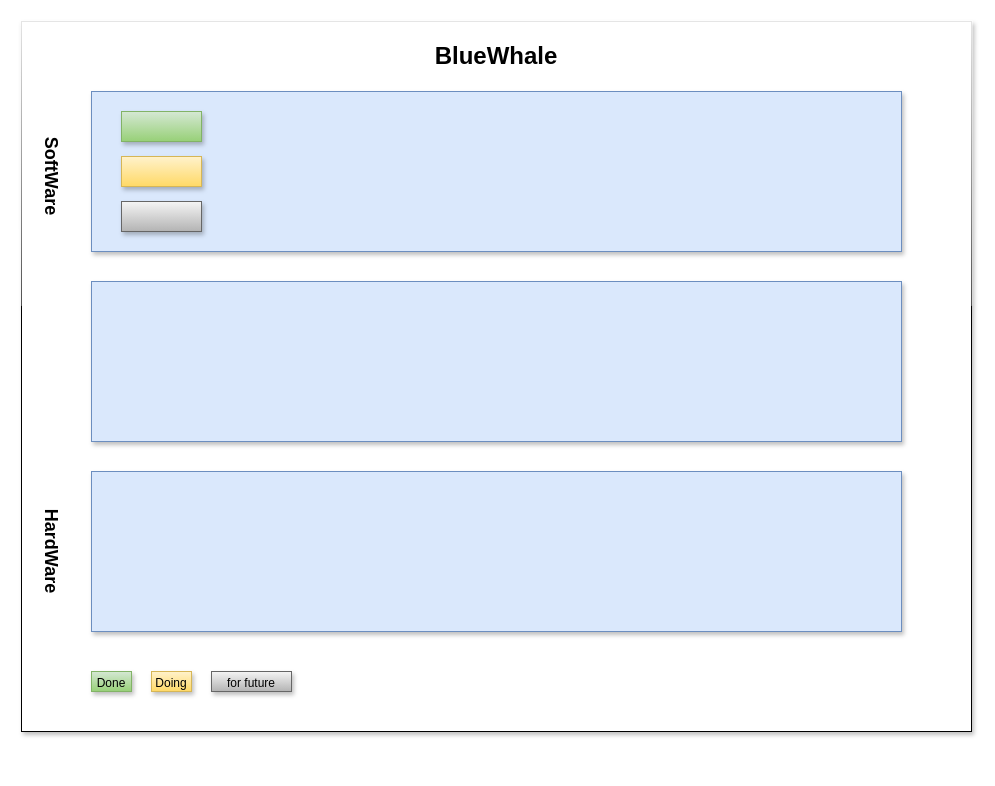
Earlier version of the draw.io diagram 项目架构图.drawio (WindMoon111/hello_world). Source tidied: cells renumbered, new cells numbered last; positions are measured from the earlier drawing's top-left corner, leaving out a move shared by most shapes. Both pictures are drawn from the tidied source at 100%, with x=0, y=0 at pixel (21, 21).
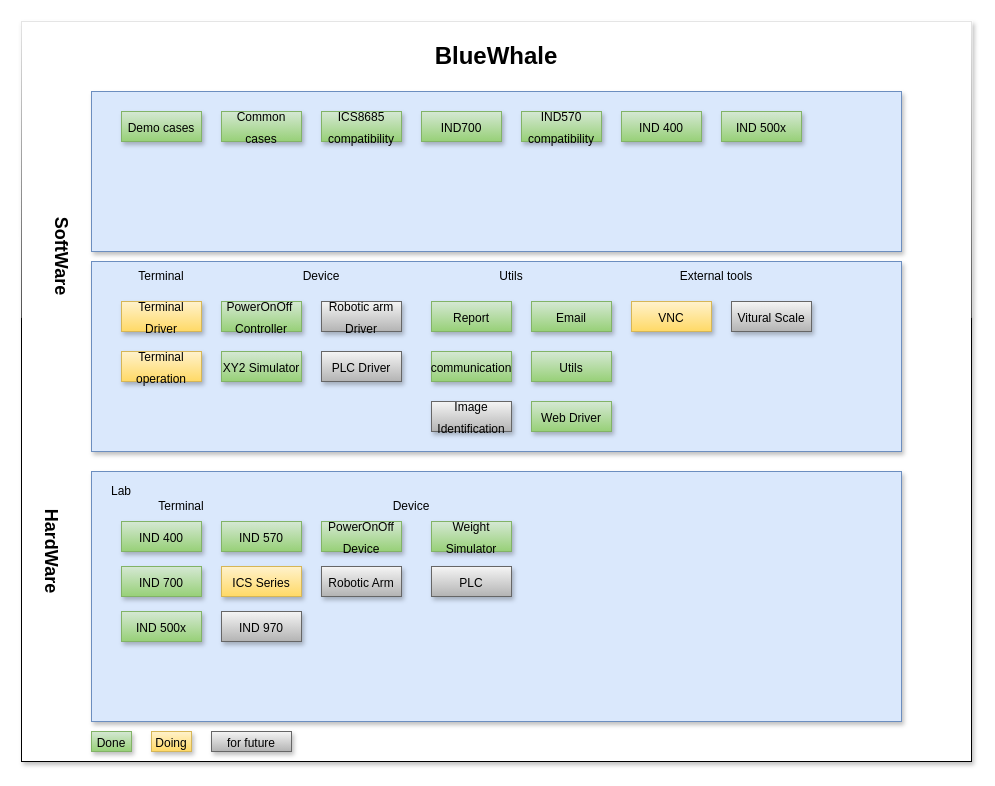
The same page after the edit.

Commit message:
更新项目架构图.drawio

The edit, as a diff of the source:
```diff
@@
     <mxCell id="2" style="rounded=0;whiteSpace=wrap;html=1;shadow=1;sketch=0;glass=1;" parent="1" vertex="1">
-      <mxGeometry width="950" height="710" as="geometry" />
+      <mxGeometry width="950" height="740" as="geometry" />
     </mxCell>
@@
     <mxCell id="4" style="rounded=0;whiteSpace=wrap;html=1;fillColor=#dae8fc;strokeColor=#6c8ebf;shadow=1;" parent="1" vertex="1">
-      <mxGeometry x="70" y="260" width="810" height="160" as="geometry" />
+      <mxGeometry x="70" y="240" width="810" height="190" as="geometry" />
     </mxCell>
     <mxCell id="5" style="rounded=0;whiteSpace=wrap;html=1;fillColor=#dae8fc;strokeColor=#6c8ebf;shadow=1;" parent="1" vertex="1">
-      <mxGeometry x="70" y="450" width="810" height="160" as="geometry" />
+      <mxGeometry x="70" y="450" width="810" height="250" as="geometry" />
     </mxCell>
     <mxCell id="6" value="&lt;b&gt;&lt;font style=&quot;font-size: 18px;&quot;&gt;SoftWare&lt;/font&gt;&lt;/b&gt;" style="text;html=1;strokeColor=none;fillColor=none;align=center;verticalAlign=middle;whiteSpace=wrap;rounded=0;rotation=90;" parent="1" vertex="1">
-      <mxGeometry y="140" width="60" height="30" as="geometry" />
+      <mxGeometry x="10" y="220" width="60" height="30" as="geometry" />
     </mxCell>
@@
-    <mxCell id="8" style="rounded=0;whiteSpace=wrap;html=1;fontSize=18;fillColor=#d5e8d4;strokeColor=#82b366;gradientColor=#97d077;shadow=1;" parent="1" vertex="1">
+    <mxCell id="8" value="&lt;font style=&quot;font-size: 12px;&quot;&gt;Demo cases&lt;/font&gt;" style="rounded=0;whiteSpace=wrap;html=1;fontSize=18;fillColor=#d5e8d4;strokeColor=#82b366;gradientColor=#97d077;shadow=1;" parent="1" vertex="1">
       <mxGeometry x="100" y="90" width="80" height="30" as="geometry" />
     </mxCell>
-    <mxCell id="9" style="rounded=0;whiteSpace=wrap;html=1;fontSize=18;fillColor=#fff2cc;strokeColor=#d6b656;gradientColor=#ffd966;shadow=1;" parent="1" vertex="1">
-      <mxGeometry x="100" y="135" width="80" height="30" as="geometry" />
-    </mxCell>
-    <mxCell id="10" style="rounded=0;whiteSpace=wrap;html=1;fontSize=18;fillColor=#f5f5f5;strokeColor=#666666;gradientColor=#b3b3b3;shadow=1;" parent="1" vertex="1">
-      <mxGeometry x="100" y="180" width="80" height="30" as="geometry" />
-    </mxCell>
@@
+    <mxCell id="15" value="&lt;span style=&quot;font-size: 12px;&quot;&gt;IND 500x&lt;/span&gt;" style="rounded=0;whiteSpace=wrap;html=1;fontSize=18;fillColor=#d5e8d4;strokeColor=#82b366;gradientColor=#97d077;shadow=1;" parent="1" vertex="1">
+      <mxGeometry x="700" y="90" width="80" height="30" as="geometry" />
+    </mxCell>
+    <mxCell id="16" value="&lt;font style=&quot;font-size: 12px;&quot;&gt;IND 400&lt;/font&gt;" style="rounded=0;whiteSpace=wrap;html=1;fontSize=18;fillColor=#d5e8d4;strokeColor=#82b366;gradientColor=#97d077;shadow=1;" parent="1" vertex="1">
+      <mxGeometry x="600" y="90" width="80" height="30" as="geometry" />
+    </mxCell>
+    <mxCell id="17" value="&lt;font style=&quot;font-size: 12px;&quot;&gt;Terminal Driver&lt;/font&gt;" style="rounded=0;whiteSpace=wrap;html=1;fontSize=18;fillColor=#fff2cc;strokeColor=#d6b656;gradientColor=#ffd966;shadow=1;" parent="1" vertex="1">
+      <mxGeometry x="100" y="280" width="80" height="30" as="geometry" />
+    </mxCell>
+    <mxCell id="18" value="&lt;font style=&quot;font-size: 12px;&quot;&gt;Terminal operation&lt;/font&gt;" style="rounded=0;whiteSpace=wrap;html=1;fontSize=18;fillColor=#fff2cc;strokeColor=#d6b656;gradientColor=#ffd966;shadow=1;" parent="1" vertex="1">
+      <mxGeometry x="100" y="330" width="80" height="30" as="geometry" />
+    </mxCell>
+    <mxCell id="19" value="&lt;font style=&quot;font-size: 12px;&quot;&gt;PowerOnOff&amp;nbsp; Controller&lt;/font&gt;" style="rounded=0;whiteSpace=wrap;html=1;fontSize=18;fillColor=#d5e8d4;strokeColor=#82b366;gradientColor=#97d077;shadow=1;" parent="1" vertex="1">
+      <mxGeometry x="200" y="280" width="80" height="30" as="geometry" />
+    </mxCell>
+    <mxCell id="20" value="&lt;font style=&quot;font-size: 12px;&quot;&gt;XY2 Simulator&lt;/font&gt;" style="rounded=0;whiteSpace=wrap;html=1;fontSize=18;fillColor=#d5e8d4;strokeColor=#82b366;gradientColor=#97d077;shadow=1;" parent="1" vertex="1">
+      <mxGeometry x="200" y="330" width="80" height="30" as="geometry" />
+    </mxCell>
+    <mxCell id="21" value="&lt;font style=&quot;font-size: 12px;&quot;&gt;PLC Driver&lt;/font&gt;" style="rounded=0;whiteSpace=wrap;html=1;fontSize=18;fillColor=#f5f5f5;strokeColor=#666666;gradientColor=#b3b3b3;shadow=1;" parent="1" vertex="1">
+      <mxGeometry x="300" y="330" width="80" height="30" as="geometry" />
+    </mxCell>
+    <mxCell id="22" value="&lt;font style=&quot;font-size: 12px;&quot;&gt;Robotic arm Driver&lt;/font&gt;" style="rounded=0;whiteSpace=wrap;html=1;fontSize=18;fillColor=#f5f5f5;strokeColor=#666666;gradientColor=#b3b3b3;shadow=1;" parent="1" vertex="1">
+      <mxGeometry x="300" y="280" width="80" height="30" as="geometry" />
+    </mxCell>
+    <mxCell id="23" value="&lt;font style=&quot;font-size: 12px;&quot;&gt;Report&lt;/font&gt;" style="rounded=0;whiteSpace=wrap;html=1;fontSize=18;fillColor=#d5e8d4;strokeColor=#82b366;gradientColor=#97d077;shadow=1;" parent="1" vertex="1">
+      <mxGeometry x="410" y="280" width="80" height="30" as="geometry" />
+    </mxCell>
+    <mxCell id="24" value="&lt;font style=&quot;font-size: 12px;&quot;&gt;Email&lt;/font&gt;" style="rounded=0;whiteSpace=wrap;html=1;fontSize=18;fillColor=#d5e8d4;strokeColor=#82b366;gradientColor=#97d077;shadow=1;" parent="1" vertex="1">
+      <mxGeometry x="510" y="280" width="80" height="30" as="geometry" />
+    </mxCell>
+    <mxCell id="25" value="&lt;font style=&quot;font-size: 12px;&quot;&gt;communication&lt;/font&gt;" style="rounded=0;whiteSpace=wrap;html=1;fontSize=18;fillColor=#d5e8d4;strokeColor=#82b366;gradientColor=#97d077;shadow=1;" parent="1" vertex="1">
+      <mxGeometry x="410" y="330" width="80" height="30" as="geometry" />
+    </mxCell>
+    <mxCell id="26" value="&lt;font style=&quot;font-size: 12px;&quot;&gt;Utils&lt;/font&gt;" style="rounded=0;whiteSpace=wrap;html=1;fontSize=18;fillColor=#d5e8d4;strokeColor=#82b366;gradientColor=#97d077;shadow=1;" parent="1" vertex="1">
+      <mxGeometry x="510" y="330" width="80" height="30" as="geometry" />
+    </mxCell>
+    <mxCell id="27" value="&lt;font style=&quot;font-size: 12px;&quot;&gt;Image Identification&lt;/font&gt;" style="rounded=0;whiteSpace=wrap;html=1;fontSize=18;fillColor=#f5f5f5;strokeColor=#666666;gradientColor=#b3b3b3;shadow=1;" parent="1" vertex="1">
+      <mxGeometry x="410" y="380" width="80" height="30" as="geometry" />
+    </mxCell>
+    <mxCell id="28" value="&lt;font style=&quot;font-size: 12px;&quot;&gt;Web Driver&lt;/font&gt;" style="rounded=0;whiteSpace=wrap;html=1;fontSize=18;fillColor=#d5e8d4;strokeColor=#82b366;gradientColor=#97d077;shadow=1;" parent="1" vertex="1">
+      <mxGeometry x="510" y="380" width="80" height="30" as="geometry" />
+    </mxCell>
+    <mxCell id="29" value="&lt;font style=&quot;font-size: 12px;&quot;&gt;VNC&lt;/font&gt;" style="rounded=0;whiteSpace=wrap;html=1;fontSize=18;fillColor=#fff2cc;strokeColor=#d6b656;gradientColor=#ffd966;shadow=1;" parent="1" vertex="1">
+      <mxGeometry x="610" y="280" width="80" height="30" as="geometry" />
+    </mxCell>
+    <mxCell id="30" value="&lt;span style=&quot;font-size: 12px;&quot;&gt;Vitural Scale&lt;/span&gt;" style="rounded=0;whiteSpace=wrap;html=1;fontSize=18;fillColor=#f5f5f5;strokeColor=#666666;gradientColor=#b3b3b3;shadow=1;" parent="1" vertex="1">
+      <mxGeometry x="710" y="280" width="80" height="30" as="geometry" />
+    </mxCell>
+    <mxCell id="31" value="Terminal" style="text;html=1;strokeColor=none;fillColor=none;align=center;verticalAlign=middle;whiteSpace=wrap;rounded=0;fontSize=12;" parent="1" vertex="1">
+      <mxGeometry x="110" y="240" width="60" height="30" as="geometry" />
+    </mxCell>
+    <mxCell id="32" value="Device" style="text;html=1;strokeColor=none;fillColor=none;align=center;verticalAlign=middle;whiteSpace=wrap;rounded=0;fontSize=12;" parent="1" vertex="1">
+      <mxGeometry x="270" y="240" width="60" height="30" as="geometry" />
+    </mxCell>
+    <mxCell id="33" value="Utils" style="text;html=1;strokeColor=none;fillColor=none;align=center;verticalAlign=middle;whiteSpace=wrap;rounded=0;fontSize=12;" parent="1" vertex="1">
+      <mxGeometry x="460" y="240" width="60" height="30" as="geometry" />
+    </mxCell>
+    <mxCell id="34" value="External tools" style="text;html=1;strokeColor=none;fillColor=none;align=center;verticalAlign=middle;whiteSpace=wrap;rounded=0;fontSize=12;" parent="1" vertex="1">
+      <mxGeometry x="640" y="240" width="110" height="30" as="geometry" />
+    </mxCell>
+    <mxCell id="35" value="Lab" style="text;html=1;strokeColor=none;fillColor=none;align=center;verticalAlign=middle;whiteSpace=wrap;rounded=0;fontSize=12;" parent="1" vertex="1">
+      <mxGeometry x="70" y="455" width="60" height="30" as="geometry" />
+    </mxCell>
+    <mxCell id="36" value="Terminal" style="text;html=1;strokeColor=none;fillColor=none;align=center;verticalAlign=middle;whiteSpace=wrap;rounded=0;fontSize=12;" parent="1" vertex="1">
+      <mxGeometry x="130" y="470" width="60" height="30" as="geometry" />
+    </mxCell>
+    <mxCell id="37" value="Device" style="text;html=1;strokeColor=none;fillColor=none;align=center;verticalAlign=middle;whiteSpace=wrap;rounded=0;fontSize=12;" parent="1" vertex="1">
+      <mxGeometry x="360" y="470" width="60" height="30" as="geometry" />
+    </mxCell>
+    <mxCell id="38" value="&lt;font style=&quot;font-size: 12px;&quot;&gt;IND 400&lt;/font&gt;" style="rounded=0;whiteSpace=wrap;html=1;fontSize=18;fillColor=#d5e8d4;strokeColor=#82b366;gradientColor=#97d077;shadow=1;" parent="1" vertex="1">
+      <mxGeometry x="100" y="500" width="80" height="30" as="geometry" />
+    </mxCell>
     <mxCell id="12" value="&lt;font style=&quot;font-size: 12px;&quot;&gt;Done&lt;/font&gt;" style="rounded=0;whiteSpace=wrap;html=1;fontSize=18;fillColor=#d5e8d4;strokeColor=#82b366;gradientColor=#97d077;shadow=1;" parent="1" vertex="1">
-      <mxGeometry x="70" y="650" width="40" height="20" as="geometry" />
+      <mxGeometry x="70" y="710" width="40" height="20" as="geometry" />
     </mxCell>
     <mxCell id="13" value="&lt;font style=&quot;font-size: 12px;&quot;&gt;Doing&lt;/font&gt;" style="rounded=0;whiteSpace=wrap;html=1;fontSize=18;fillColor=#fff2cc;strokeColor=#d6b656;gradientColor=#ffd966;shadow=1;" parent="1" vertex="1">
-      <mxGeometry x="130" y="650" width="40" height="20" as="geometry" />
+      <mxGeometry x="130" y="710" width="40" height="20" as="geometry" />
     </mxCell>
     <mxCell id="14" value="&lt;span style=&quot;font-size: 12px;&quot;&gt;for future&lt;/span&gt;" style="rounded=0;whiteSpace=wrap;html=1;fontSize=18;fillColor=#f5f5f5;strokeColor=#666666;gradientColor=#b3b3b3;shadow=1;" parent="1" vertex="1">
-      <mxGeometry x="190" y="650" width="80" height="20" as="geometry" />
+      <mxGeometry x="190" y="710" width="80" height="20" as="geometry" />
     </mxCell>
+    <mxCell id="39" value="&lt;font style=&quot;font-size: 12px;&quot;&gt;IND 500x&lt;/font&gt;" style="rounded=0;whiteSpace=wrap;html=1;fontSize=18;fillColor=#d5e8d4;strokeColor=#82b366;gradientColor=#97d077;shadow=1;" parent="1" vertex="1">
+      <mxGeometry x="100" y="590" width="80" height="30" as="geometry" />
+    </mxCell>
+    <mxCell id="40" value="&lt;font style=&quot;font-size: 12px;&quot;&gt;IND 700&lt;/font&gt;" style="rounded=0;whiteSpace=wrap;html=1;fontSize=18;fillColor=#d5e8d4;strokeColor=#82b366;gradientColor=#97d077;shadow=1;" parent="1" vertex="1">
+      <mxGeometry x="100" y="545" width="80" height="30" as="geometry" />
+    </mxCell>
+    <mxCell id="41" value="&lt;font style=&quot;font-size: 12px;&quot;&gt;IND 570&lt;/font&gt;" style="rounded=0;whiteSpace=wrap;html=1;fontSize=18;fillColor=#d5e8d4;strokeColor=#82b366;gradientColor=#97d077;shadow=1;" parent="1" vertex="1">
+      <mxGeometry x="200" y="500" width="80" height="30" as="geometry" />
+    </mxCell>
+    <mxCell id="42" value="&lt;font style=&quot;font-size: 12px;&quot;&gt;IND 970&lt;/font&gt;" style="rounded=0;whiteSpace=wrap;html=1;fontSize=18;fillColor=#f5f5f5;strokeColor=#666666;gradientColor=#b3b3b3;shadow=1;" parent="1" vertex="1">
+      <mxGeometry x="200" y="590" width="80" height="30" as="geometry" />
+    </mxCell>
+    <mxCell id="43" value="&lt;font style=&quot;font-size: 12px;&quot;&gt;Common cases&lt;/font&gt;" style="rounded=0;whiteSpace=wrap;html=1;fontSize=18;fillColor=#d5e8d4;strokeColor=#82b366;gradientColor=#97d077;shadow=1;" parent="1" vertex="1">
+      <mxGeometry x="200" y="90" width="80" height="30" as="geometry" />
+    </mxCell>
+    <mxCell id="44" value="&lt;font style=&quot;font-size: 12px;&quot;&gt;ICS8685 compatibility&lt;/font&gt;" style="rounded=0;whiteSpace=wrap;html=1;fontSize=18;fillColor=#d5e8d4;strokeColor=#82b366;gradientColor=#97d077;shadow=1;" parent="1" vertex="1">
+      <mxGeometry x="300" y="90" width="80" height="30" as="geometry" />
+    </mxCell>
+    <mxCell id="45" value="&lt;font style=&quot;font-size: 12px;&quot;&gt;IND700&lt;/font&gt;" style="rounded=0;whiteSpace=wrap;html=1;fontSize=18;fillColor=#d5e8d4;strokeColor=#82b366;gradientColor=#97d077;shadow=1;" parent="1" vertex="1">
+      <mxGeometry x="400" y="90" width="80" height="30" as="geometry" />
+    </mxCell>
+    <mxCell id="46" value="&lt;font style=&quot;font-size: 12px;&quot;&gt;IND570 compatibility&lt;/font&gt;" style="rounded=0;whiteSpace=wrap;html=1;fontSize=18;fillColor=#d5e8d4;strokeColor=#82b366;gradientColor=#97d077;shadow=1;" parent="1" vertex="1">
+      <mxGeometry x="500" y="90" width="80" height="30" as="geometry" />
+    </mxCell>
+    <mxCell id="47" value="&lt;font style=&quot;font-size: 12px;&quot;&gt;ICS Series&lt;/font&gt;" style="rounded=0;whiteSpace=wrap;html=1;fontSize=18;fillColor=#fff2cc;strokeColor=#d6b656;gradientColor=#ffd966;shadow=1;" parent="1" vertex="1">
+      <mxGeometry x="200" y="545" width="80" height="30" as="geometry" />
+    </mxCell>
+    <mxCell id="48" value="&lt;font style=&quot;font-size: 12px;&quot;&gt;PowerOnOff Device&lt;/font&gt;" style="rounded=0;whiteSpace=wrap;html=1;fontSize=18;fillColor=#d5e8d4;strokeColor=#82b366;gradientColor=#97d077;shadow=1;" parent="1" vertex="1">
+      <mxGeometry x="300" y="500" width="80" height="30" as="geometry" />
+    </mxCell>
+    <mxCell id="49" value="&lt;font style=&quot;font-size: 12px;&quot;&gt;Weight Simulator&lt;/font&gt;" style="rounded=0;whiteSpace=wrap;html=1;fontSize=18;fillColor=#d5e8d4;strokeColor=#82b366;gradientColor=#97d077;shadow=1;" parent="1" vertex="1">
+      <mxGeometry x="410" y="500" width="80" height="30" as="geometry" />
+    </mxCell>
+    <mxCell id="50" value="&lt;span style=&quot;font-size: 12px;&quot;&gt;Robotic Arm&lt;/span&gt;" style="rounded=0;whiteSpace=wrap;html=1;fontSize=18;fillColor=#f5f5f5;strokeColor=#666666;gradientColor=#b3b3b3;shadow=1;" parent="1" vertex="1">
+      <mxGeometry x="300" y="545" width="80" height="30" as="geometry" />
+    </mxCell>
+    <mxCell id="51" value="&lt;font style=&quot;font-size: 12px;&quot;&gt;PLC&lt;/font&gt;" style="rounded=0;whiteSpace=wrap;html=1;fontSize=18;fillColor=#f5f5f5;strokeColor=#666666;gradientColor=#b3b3b3;shadow=1;" parent="1" vertex="1">
+      <mxGeometry x="410" y="545" width="80" height="30" as="geometry" />
+    </mxCell>
```
